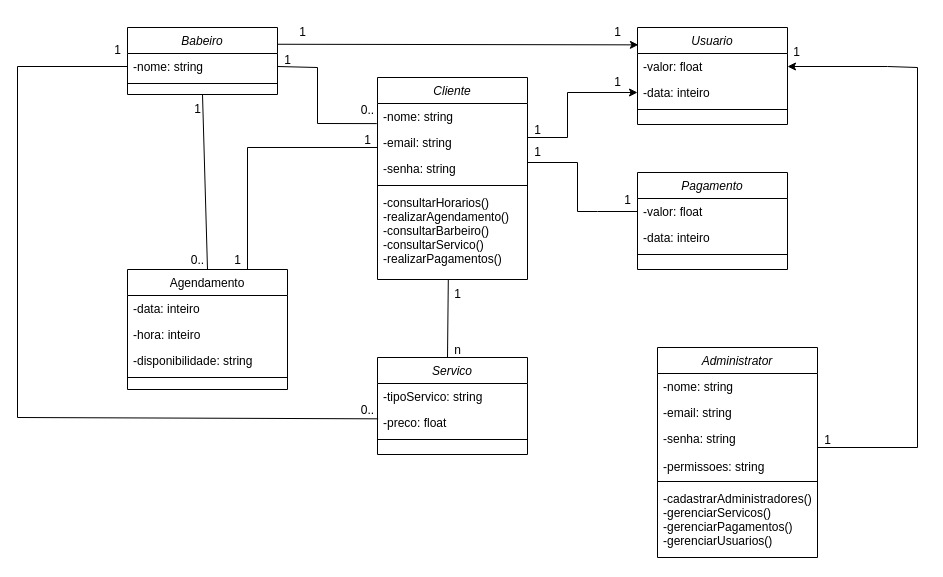
Earlier version of the draw.io diagram Diagrama de classes.drawio (devWellRich/iCut). Source tidied: cells renumbered, new cells numbered last; positions are measured from the earlier drawing's top-left corner, leaving out a move shared by most shapes. Both pictures are drawn from the tidied source at 100%, with x=0, y=0 at pixel (17, 17).
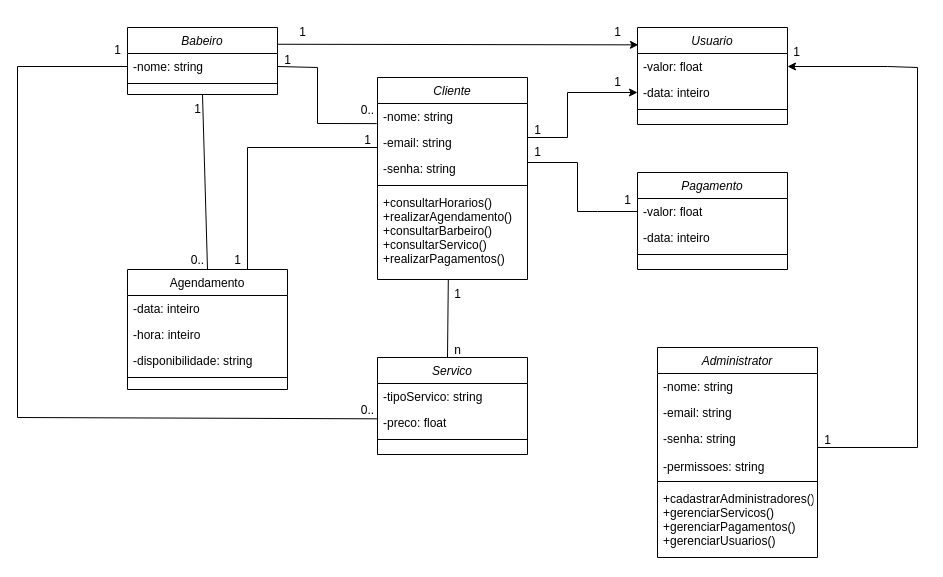
The same page after the edit.

The change refers to these unchanged cells:
```xml
<mxCell id="2" value="Cliente" style="swimlane;fontStyle=2;align=center;verticalAlign=top;horizontal=1;startSize=26;rounded=0;shadow=0;strokeWidth=1;" parent="1" vertex="1">
  <mxGeometry x="360" y="60" width="150" height="202" as="geometry" />
</mxCell>
<mxCell id="20" value="Administrator" style="swimlane;fontStyle=2;align=center;verticalAlign=top;horizontal=1;startSize=26;rounded=0;shadow=0;strokeWidth=1;" parent="1" vertex="1">
  <mxGeometry x="640" y="330" width="160" height="210" as="geometry" />
</mxCell>
```

Change to the diagram source:
```diff
@@
-    <mxCell id="7" value="-consultarHorarios()&#10;-realizarAgendamento()&#10;-consultarBarbeiro()&#10;-consultarServico()&#10;-realizarPagamentos()" style="text;align=left;verticalAlign=top;spacingLeft=4;spacingRight=4;overflow=hidden;points=[[0,0.5],[1,0.5]];portConstraint=eastwest;" parent="2" vertex="1">
+    <mxCell id="7" value="+consultarHorarios()&#10;+realizarAgendamento()&#10;+consultarBarbeiro()&#10;+consultarServico()&#10;+realizarPagamentos()" style="text;align=left;verticalAlign=top;spacingLeft=4;spacingRight=4;overflow=hidden;points=[[0,0.5],[1,0.5]];portConstraint=eastwest;" parent="2" vertex="1">
       <mxGeometry y="112" width="150" height="90" as="geometry" />
     </mxCell>
@@
-    <mxCell id="25" value="-cadastrarAdministradores()&#10;-gerenciarServicos()&#10;-gerenciarPagamentos()&#10;-gerenciarUsuarios()&#10;" style="text;align=left;verticalAlign=top;spacingLeft=4;spacingRight=4;overflow=hidden;" parent="20" vertex="1">
+    <mxCell id="25" value="+cadastrarAdministradores()&#10;+gerenciarServicos()&#10;+gerenciarPagamentos()&#10;+gerenciarUsuarios()&#10;" style="text;align=left;verticalAlign=top;spacingLeft=4;spacingRight=4;overflow=hidden;" parent="20" vertex="1">
       <mxGeometry y="138" width="160" height="72" as="geometry" />
     </mxCell>
```
